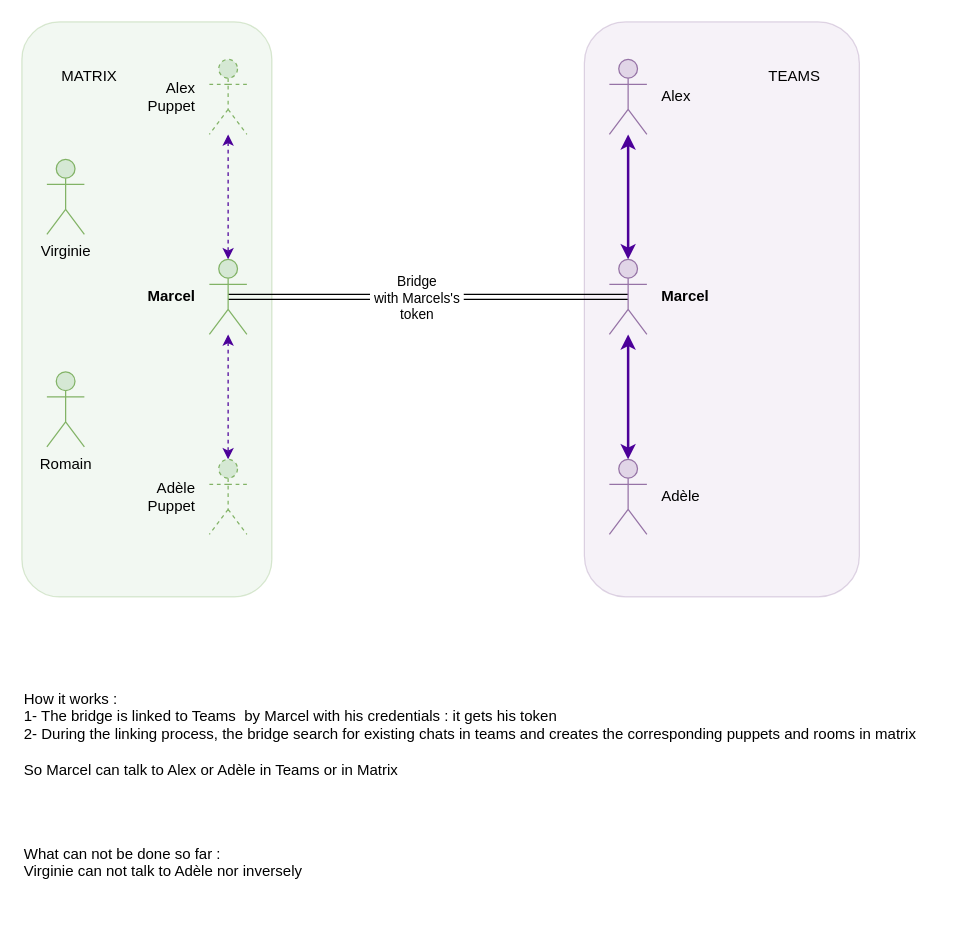
Earlier version of the draw.io diagram docs/bridge_and_puppets.drawio (eimis-ans/mx-puppet-teams). Source tidied: cells renumbered, new cells numbered last; positions are measured from the earlier drawing's top-left corner, leaving out a move shared by most shapes. Both pictures are drawn from the tidied source at 125%, with x=0, y=0 at pixel (21, 21).
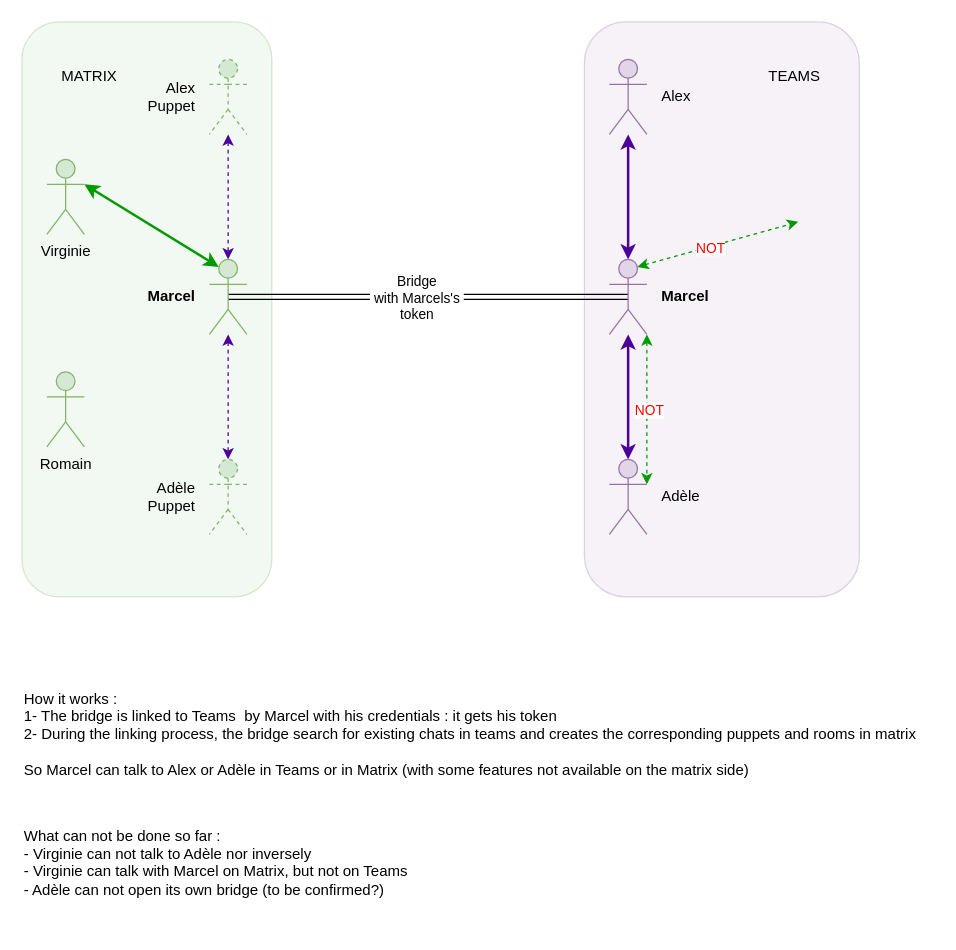
Above is the later version.

Commit message (it also covers changes not shown here):
Mettre à jour bridge_and_puppets.drawio

The change refers to these unchanged cells:
```xml
<mxCell id="6" value="&lt;div&gt;&lt;b&gt;Marcel&lt;br&gt;&lt;/b&gt;&lt;/div&gt;" style="shape=umlActor;verticalLabelPosition=middle;verticalAlign=middle;html=1;outlineConnect=0;fillColor=#e1d5e7;strokeColor=#9673a6;spacingRight=0;spacingLeft=10;spacingTop=0;spacingBottom=0;labelPosition=right;align=left;" parent="1" vertex="1">
  <mxGeometry x="470" y="190" width="30" height="60" as="geometry" />
</mxCell>
<mxCell id="8" value="Adèle" style="shape=umlActor;verticalLabelPosition=middle;verticalAlign=middle;html=1;outlineConnect=0;fillColor=#e1d5e7;strokeColor=#9673a6;labelPosition=right;align=left;spacingLeft=10;" parent="1" vertex="1">
  <mxGeometry x="470" y="350" width="30" height="60" as="geometry" />
</mxCell>
<mxCell id="9" value="Marcel" style="shape=umlActor;verticalLabelPosition=middle;verticalAlign=middle;html=1;outlineConnect=0;fillColor=#d5e8d4;strokeColor=#82b366;fontStyle=1;labelPosition=left;align=right;spacingRight=10;" parent="1" vertex="1">
  <mxGeometry x="150" y="190" width="30" height="60" as="geometry" />
</mxCell>
<mxCell id="12" value="Virginie" style="shape=umlActor;verticalLabelPosition=bottom;verticalAlign=top;html=1;outlineConnect=0;fillColor=#d5e8d4;strokeColor=#82b366;" parent="1" vertex="1">
  <mxGeometry x="20" y="110" width="30" height="60" as="geometry" />
</mxCell>
```

The edit, as a diff of the source:
```diff
@@
-    <mxCell id="16" value="&lt;div align=&quot;left&quot;&gt;How it works : &lt;br&gt;1- The bridge is linked to Teams&amp;nbsp; by Marcel with his credentials : it gets his token&lt;br&gt;&lt;/div&gt;&lt;div align=&quot;left&quot;&gt;2- During the linking process, the bridge search for existing chats in teams and creates the corresponding puppets and rooms in matrix&lt;br&gt;&lt;/div&gt;&lt;div align=&quot;left&quot;&gt;&lt;br&gt;So Marcel can talk to Alex or Adèle in Teams or in Matrix&lt;br&gt;&lt;/div&gt;" style="text;html=1;align=left;verticalAlign=middle;strokeColor=none;fillColor=none;" parent="1" vertex="1">
+    <mxCell id="16" value="&lt;div align=&quot;left&quot;&gt;How it works : &lt;br&gt;1- The bridge is linked to Teams&amp;nbsp; by Marcel with his credentials : it gets his token&lt;br&gt;&lt;/div&gt;&lt;div align=&quot;left&quot;&gt;2- During the linking process, the bridge search for existing chats in teams and creates the corresponding puppets and rooms in matrix&lt;br&gt;&lt;/div&gt;&lt;div align=&quot;left&quot;&gt;&lt;br&gt;So Marcel can talk to Alex or Adèle in Teams or in Matrix (with some features not available on the matrix side)&lt;br&gt;&lt;/div&gt;" style="text;html=1;align=left;verticalAlign=middle;strokeColor=none;fillColor=none;" parent="1" vertex="1">
       <mxGeometry y="525" width="730" height="90" as="geometry" />
     </mxCell>
@@
-    <mxCell id="19" value="&lt;div align=&quot;left&quot;&gt;What can not be done so far :&lt;br&gt;Virginie can not talk to Adèle nor inversely&lt;br&gt;&lt;/div&gt;&lt;div align=&quot;left&quot;&gt;&lt;br&gt;&lt;/div&gt;" style="text;html=1;align=left;verticalAlign=middle;strokeColor=none;fillColor=none;" parent="1" vertex="1">
-      <mxGeometry y="650" width="250" height="60" as="geometry" />
+    <mxCell id="19" value="&lt;div align=&quot;left&quot;&gt;What can not be done so far :&lt;br&gt;- Virginie can not talk to Adèle nor inversely&lt;/div&gt;&lt;div align=&quot;left&quot;&gt;- Virginie can talk with Marcel on Matrix, but not on Teams&lt;br&gt;&lt;/div&gt;&lt;div align=&quot;left&quot;&gt;- Adèle can not open its own bridge (to be confirmed?)&lt;br&gt;&lt;/div&gt;&lt;div align=&quot;left&quot;&gt;&lt;br&gt;&lt;/div&gt;" style="text;html=1;align=left;verticalAlign=middle;strokeColor=none;fillColor=none;" parent="1" vertex="1">
+      <mxGeometry y="635" width="330" height="90" as="geometry" />
     </mxCell>
+    <mxCell id="20" style="rounded=0;jettySize=auto;html=1;strokeColor=#009900;strokeWidth=2;startArrow=classic;startFill=1;exitX=0.25;exitY=0.1;exitDx=0;exitDy=0;exitPerimeter=0;entryX=1;entryY=0.3333333333333333;entryDx=0;entryDy=0;entryPerimeter=0;" parent="1" edge="1" source="9" target="12">
+      <mxGeometry relative="1" as="geometry" />
+    </mxCell>
+    <mxCell id="21" style="rounded=0;jettySize=auto;html=1;strokeColor=#009900;strokeWidth=1;startArrow=classic;startFill=1;dashed=1;exitX=0.75;exitY=0.1;exitDx=0;exitDy=0;exitPerimeter=0;" parent="1" edge="1" source="6">
+      <mxGeometry relative="1" as="geometry">
+        <mxPoint x="621" y="160" as="targetPoint" />
+      </mxGeometry>
+    </mxCell>
+    <mxCell id="22" value="&lt;font&gt;NOT&lt;/font&gt;" style="edgeLabel;html=1;align=center;verticalAlign=middle;fontColor=#FF0000;" parent="21" vertex="1">
+      <mxGeometry x="0.31" y="1" relative="1" as="geometry">
+        <mxPoint x="-26" y="9" as="offset" />
+      </mxGeometry>
+    </mxCell>
+    <mxCell id="23" style="rounded=0;jettySize=auto;html=1;strokeColor=#009900;strokeWidth=1;startArrow=classic;startFill=1;dashed=1;exitX=1;exitY=1;exitDx=0;exitDy=0;exitPerimeter=0;entryX=1;entryY=0.3333333333333333;entryDx=0;entryDy=0;entryPerimeter=0;" parent="1" edge="1" source="6" target="8">
+      <mxGeometry relative="1" as="geometry" />
+    </mxCell>
+    <mxCell id="24" value="&lt;font&gt;NOT&lt;/font&gt;" style="edgeLabel;html=1;align=center;verticalAlign=middle;fontColor=#FF0000;" parent="23" vertex="1">
+      <mxGeometry x="0.31" y="1" relative="1" as="geometry">
+        <mxPoint y="-19" as="offset" />
+      </mxGeometry>
+    </mxCell>
```
